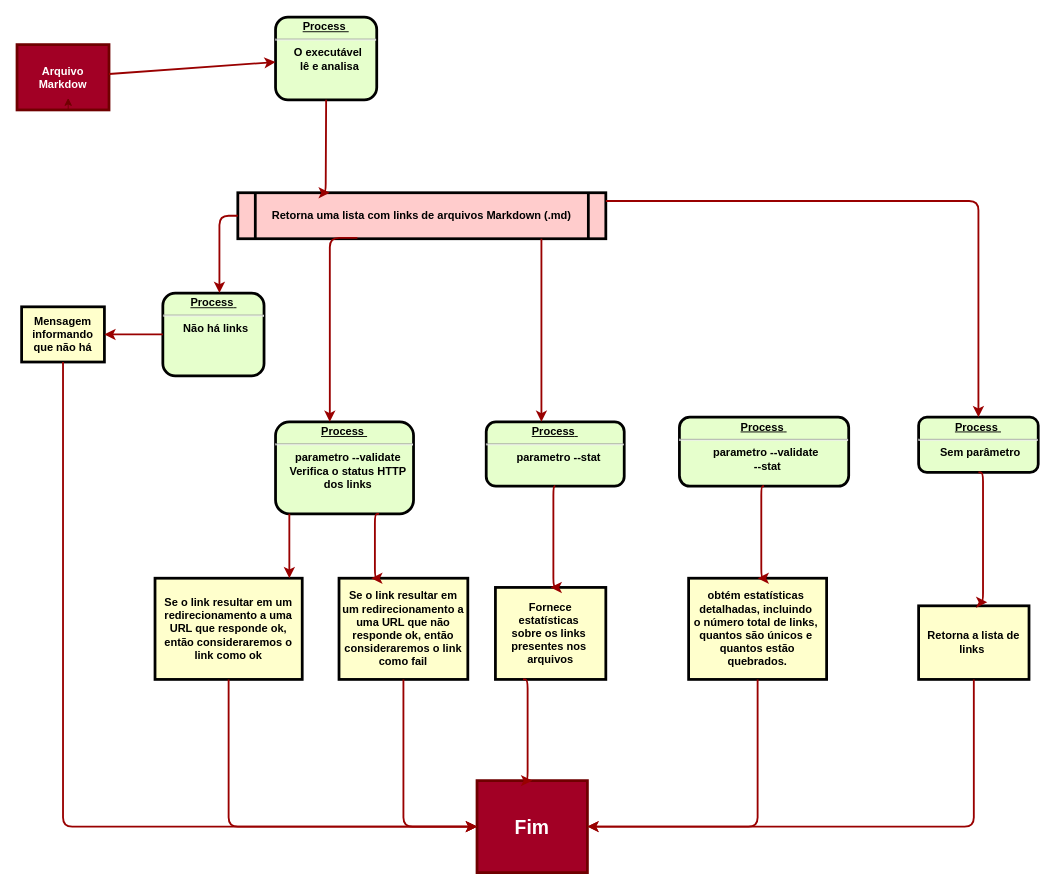
This is Diagrama sem nome.drawio from MailaFAP/SAP010-md-links, a draw.io file, before an edit. Source tidied: cells renumbered, new cells numbered last; positions are measured from the earlier drawing's top-left corner, leaving out a move shared by most shapes. Both pictures are drawn from the tidied source at 92%, with x=0, y=0 at pixel (17, 17).
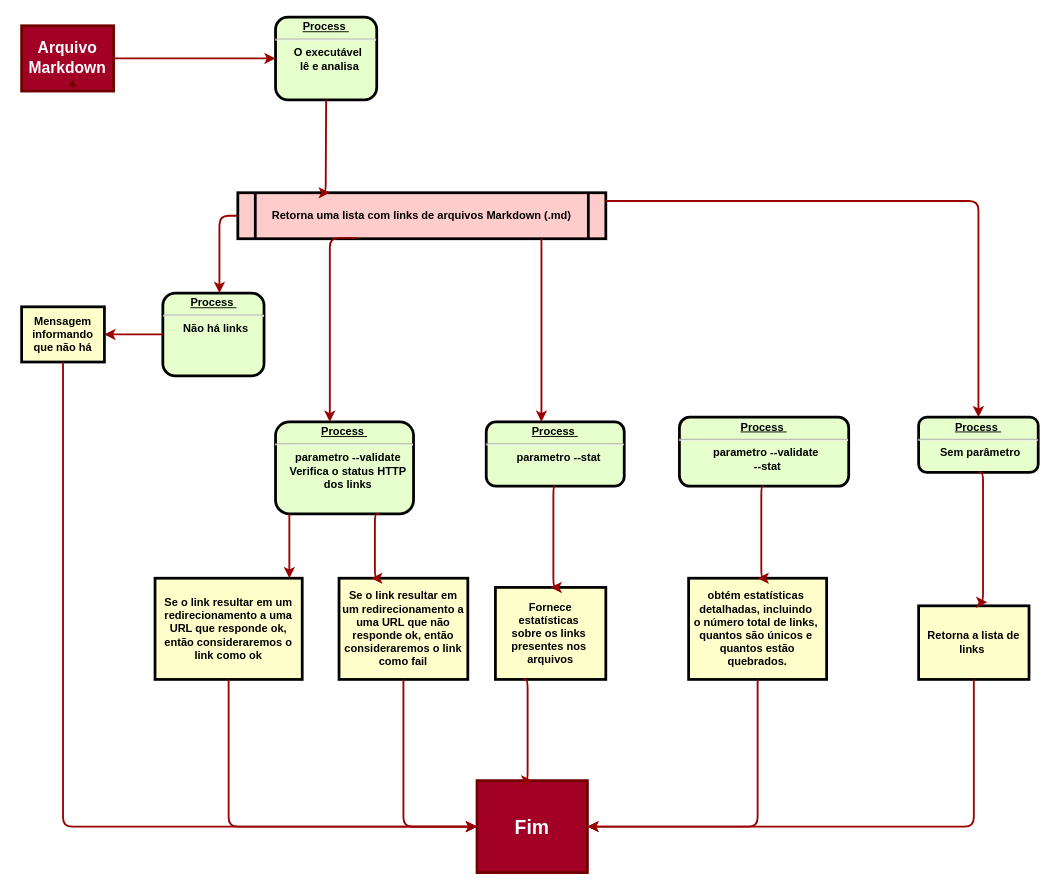
Above is the later version.

Diff of the diagram source:
```diff
@@
-    <mxCell id="3" value="Arquivo Markdow" style="whiteSpace=wrap;align=center;verticalAlign=middle;fontStyle=1;strokeWidth=3;fillColor=#a20025;fontColor=#ffffff;strokeColor=#6F0000;" parent="1" vertex="1">
-      <mxGeometry y="30" width="100" height="71" as="geometry" />
+    <mxCell id="3" value="Arquivo Markdown" style="whiteSpace=wrap;align=center;verticalAlign=middle;fontStyle=1;strokeWidth=3;fillColor=#a20025;fontColor=#ffffff;strokeColor=#6F0000;fontSize=17;" parent="1" vertex="1">
+      <mxGeometry x="5" y="9.5" width="100" height="71" as="geometry" />
     </mxCell>
```
